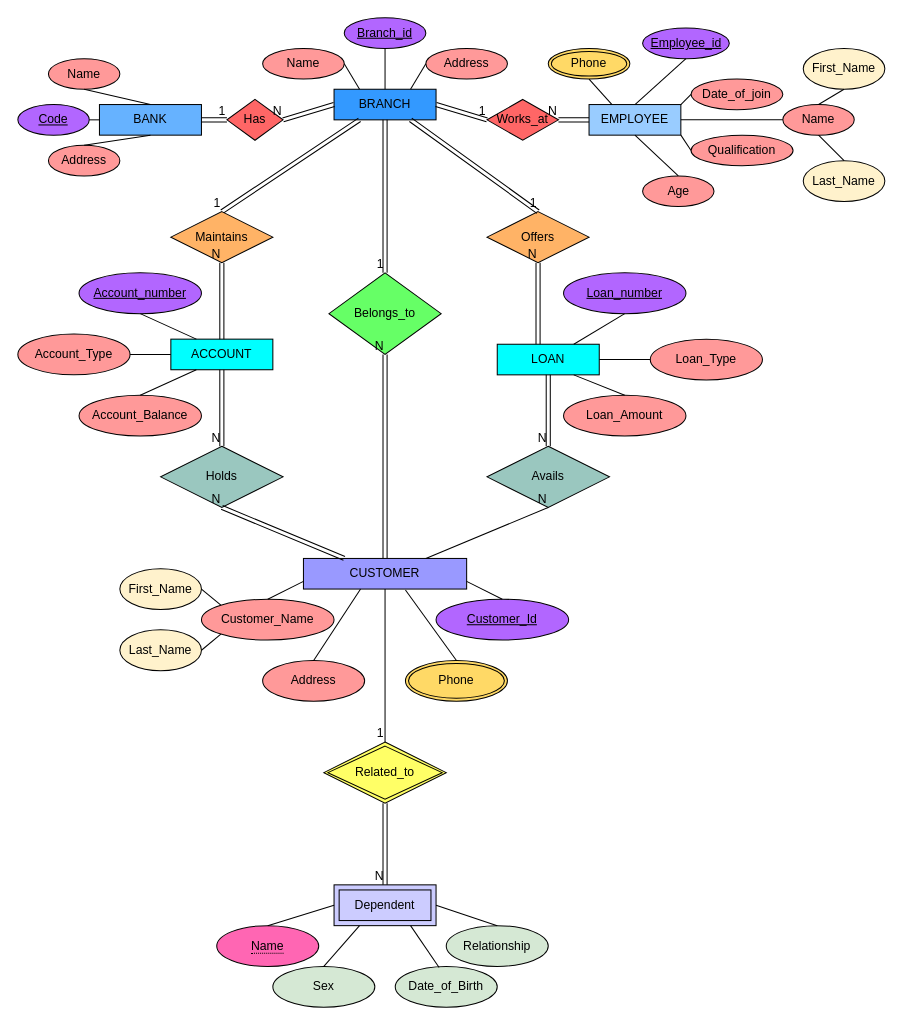
This is page "Page-1" (1 of 2) of Untitled Diagram.drawio from Anurag404OpenSourceRules/Bank-Management-System-ERD, a draw.io file, before an edit. Source tidied: cells renumbered, new cells numbered last; positions are measured from the earlier drawing's top-left corner, leaving out a move shared by most shapes. Both pictures are drawn from the tidied source at 102%, with x=0, y=0 at pixel (17, 17).
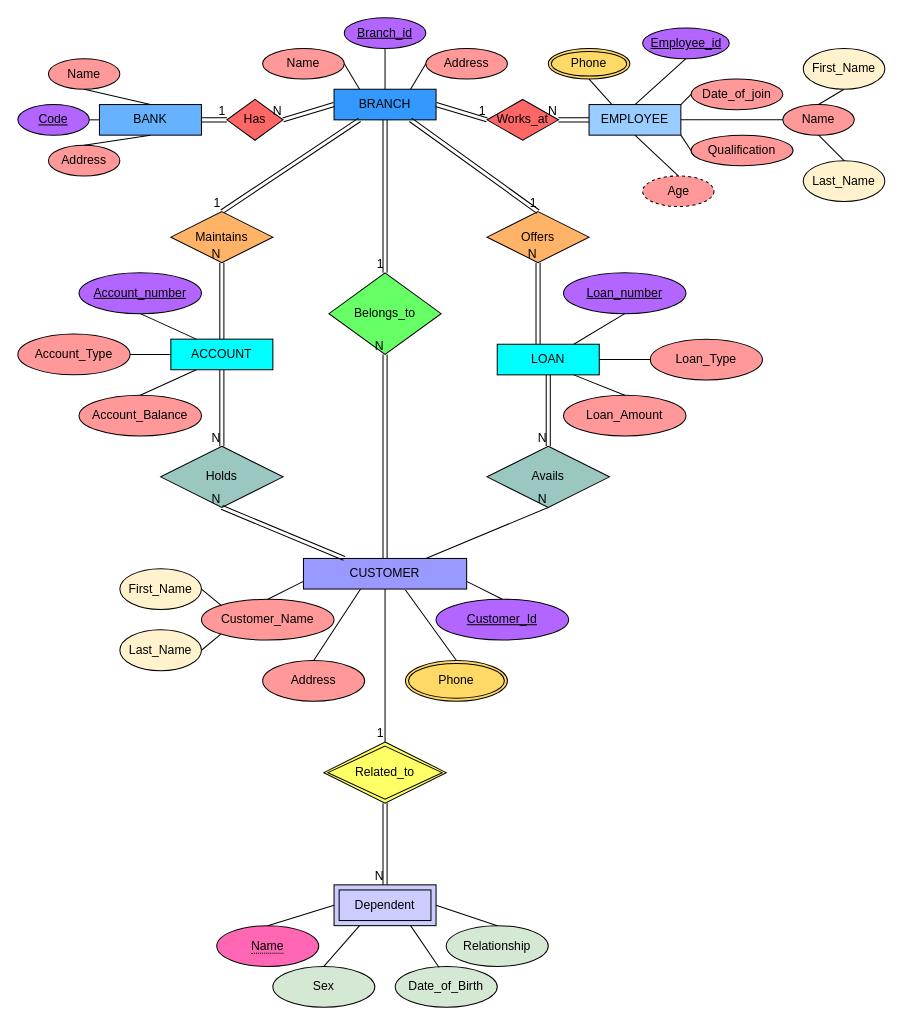
The same diagram, later.

Commit message:
entity tables created

The edit, as a diff of the source:
```diff
@@
-    <mxCell id="13" value="Age" style="ellipse;whiteSpace=wrap;html=1;fillColor=#FF9999;" parent="1" vertex="1">
+    <mxCell id="13" value="Age" style="ellipse;whiteSpace=wrap;html=1;fillColor=#FF9999;dashed=1;" parent="1" vertex="1">
       <mxGeometry x="612.5" y="155" width="70" height="30" as="geometry" />
     </mxCell>
```
